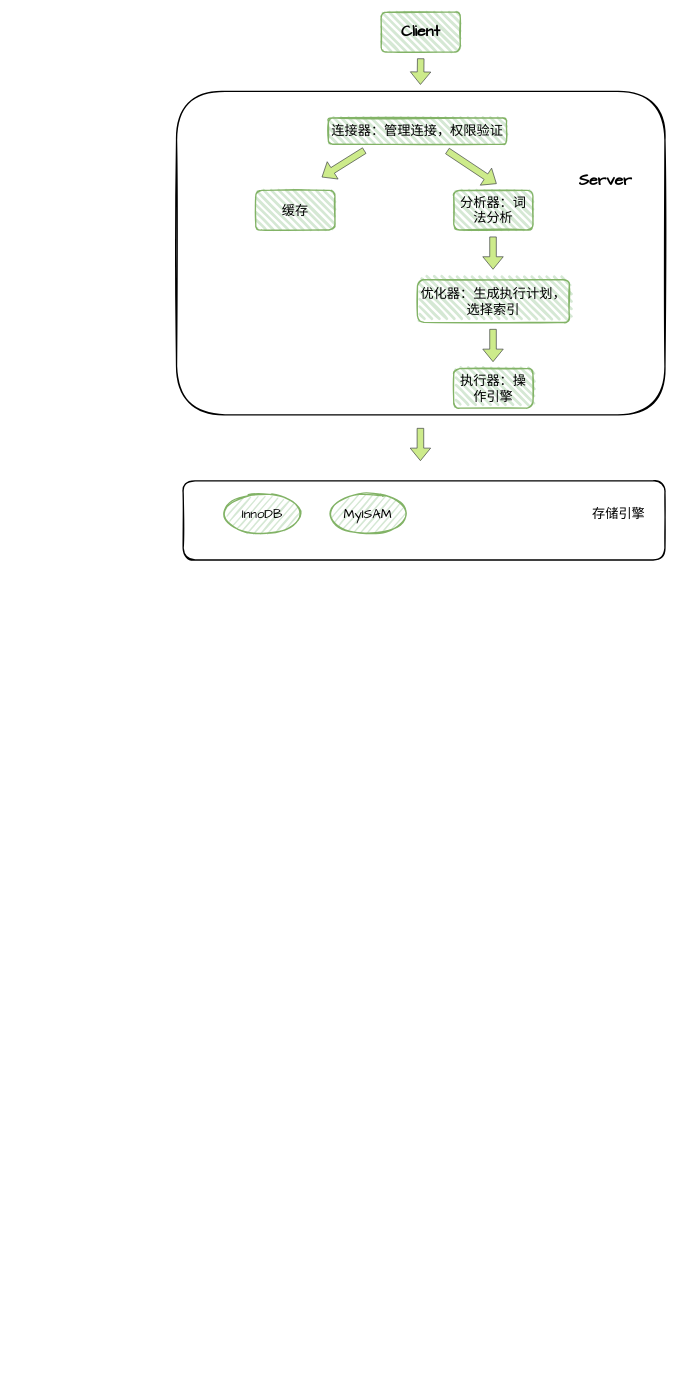
Earlier version of the draw.io diagram 未命名绘图.drawio (Nortyr/monk_note). Source tidied: cells renumbered, new cells numbered last; positions are measured from the earlier drawing's top-left corner, leaving out a move shared by most shapes. Both pictures are drawn from the tidied source at 66%, with x=0, y=0 at pixel (176, 12).
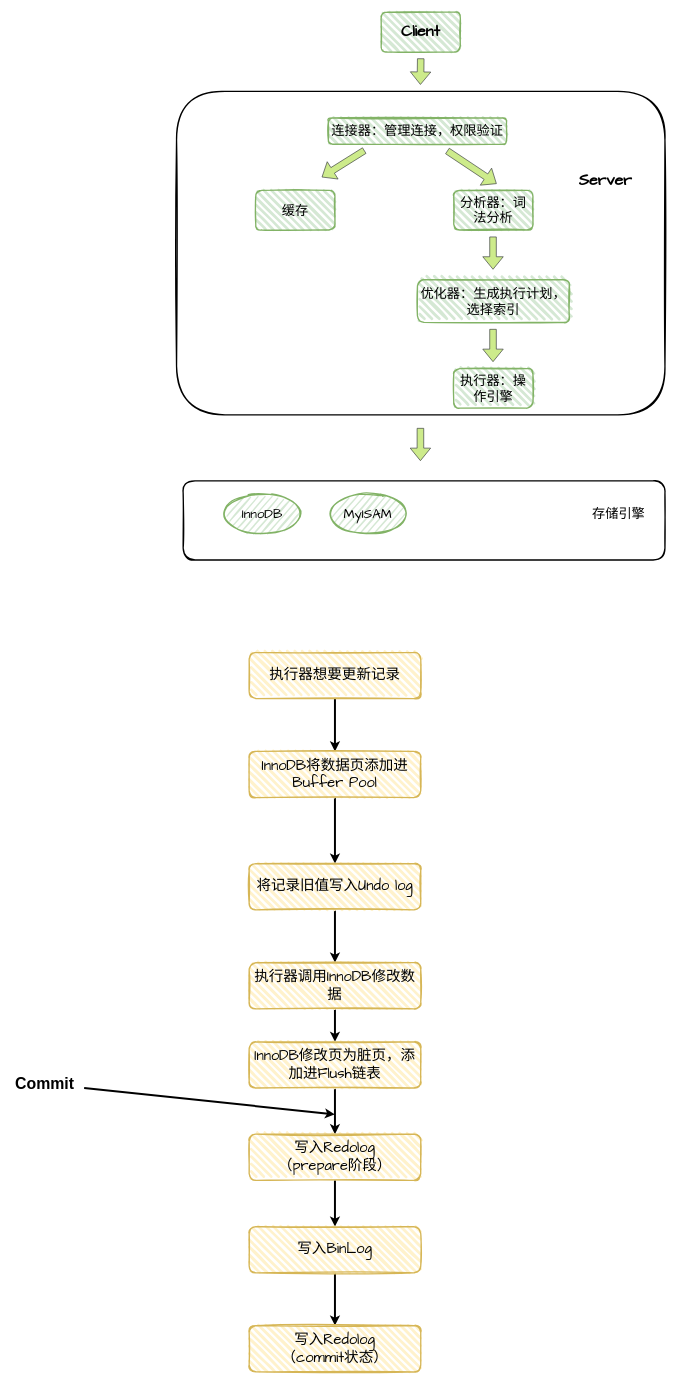
Above is the later version.

Commit message:
更新未命名绘图.drawio

What changed in the source:
```diff
@@
+    <mxCell id="20" style="edgeStyle=orthogonalEdgeStyle;rounded=0;jettySize=auto;html=1;exitX=0.5;exitY=1;exitDx=0;exitDy=0;entryX=0.5;entryY=0;entryDx=0;entryDy=0;strokeWidth=3;" parent="1" edge="1" source="21" target="23">
+      <mxGeometry relative="1" as="geometry" />
+    </mxCell>
+    <mxCell id="21" value="&lt;font style=&quot;font-size: 22px;&quot; face=&quot;Comic Sans MS&quot;&gt;执行器想要更新记录&lt;/font&gt;" style="rounded=1;whiteSpace=wrap;html=1;strokeWidth=2;fillWeight=4;hachureGap=8;hachureAngle=45;fillColor=#fff2cc;sketch=1;strokeColor=#d6b656;" parent="1" vertex="1">
+      <mxGeometry x="110" y="970" width="260" height="70" as="geometry" />
+    </mxCell>
+    <mxCell id="22" style="edgeStyle=orthogonalEdgeStyle;rounded=0;jettySize=auto;html=1;exitX=0.5;exitY=1;exitDx=0;exitDy=0;strokeWidth=3;" parent="1" edge="1" source="23" target="25">
+      <mxGeometry relative="1" as="geometry" />
+    </mxCell>
+    <mxCell id="23" value="&lt;font face=&quot;Comic Sans MS&quot;&gt;&lt;span style=&quot;font-size: 22px;&quot;&gt;InnoDB将数据页添加进Buffer Pool&lt;/span&gt;&lt;/font&gt;" style="rounded=1;whiteSpace=wrap;html=1;strokeWidth=2;fillWeight=4;hachureGap=8;hachureAngle=45;fillColor=#fff2cc;sketch=1;strokeColor=#d6b656;" parent="1" vertex="1">
+      <mxGeometry x="110" y="1120" width="260" height="70" as="geometry" />
+    </mxCell>
+    <mxCell id="24" style="edgeStyle=orthogonalEdgeStyle;rounded=0;jettySize=auto;html=1;exitX=0.5;exitY=1;exitDx=0;exitDy=0;strokeWidth=3;" parent="1" edge="1" source="25" target="27">
+      <mxGeometry relative="1" as="geometry" />
+    </mxCell>
+    <mxCell id="25" value="&lt;font face=&quot;Comic Sans MS&quot;&gt;&lt;span style=&quot;font-size: 22px;&quot;&gt;将记录旧值写入Undo log&lt;/span&gt;&lt;/font&gt;" style="rounded=1;whiteSpace=wrap;html=1;strokeWidth=2;fillWeight=4;hachureGap=8;hachureAngle=45;fillColor=#fff2cc;sketch=1;strokeColor=#d6b656;" parent="1" vertex="1">
+      <mxGeometry x="110" y="1290" width="260" height="70" as="geometry" />
+    </mxCell>
+    <mxCell id="26" style="edgeStyle=orthogonalEdgeStyle;rounded=0;jettySize=auto;html=1;exitX=0.5;exitY=1;exitDx=0;exitDy=0;strokeWidth=3;" parent="1" edge="1" source="27" target="29">
+      <mxGeometry relative="1" as="geometry" />
+    </mxCell>
+    <mxCell id="27" value="&lt;font face=&quot;Comic Sans MS&quot;&gt;&lt;span style=&quot;font-size: 22px;&quot;&gt;执行器调用InnoDB修改数据&lt;/span&gt;&lt;/font&gt;" style="rounded=1;whiteSpace=wrap;html=1;strokeWidth=2;fillWeight=4;hachureGap=8;hachureAngle=45;fillColor=#fff2cc;sketch=1;strokeColor=#d6b656;" parent="1" vertex="1">
+      <mxGeometry x="110" y="1440" width="260" height="70" as="geometry" />
+    </mxCell>
+    <mxCell id="28" style="edgeStyle=orthogonalEdgeStyle;rounded=0;jettySize=auto;html=1;exitX=0.5;exitY=1;exitDx=0;exitDy=0;strokeWidth=3;" parent="1" edge="1" source="29" target="31">
+      <mxGeometry relative="1" as="geometry" />
+    </mxCell>
+    <mxCell id="29" value="&lt;font face=&quot;Comic Sans MS&quot;&gt;&lt;span style=&quot;font-size: 22px;&quot;&gt;InnoDB修改页为脏页，添加进Flush链表&lt;/span&gt;&lt;/font&gt;" style="rounded=1;whiteSpace=wrap;html=1;strokeWidth=2;fillWeight=4;hachureGap=8;hachureAngle=45;fillColor=#fff2cc;sketch=1;strokeColor=#d6b656;" parent="1" vertex="1">
+      <mxGeometry x="110" y="1560" width="260" height="70" as="geometry" />
+    </mxCell>
+    <mxCell id="30" style="edgeStyle=orthogonalEdgeStyle;rounded=0;jettySize=auto;html=1;exitX=0.5;exitY=1;exitDx=0;exitDy=0;strokeWidth=3;" parent="1" edge="1" source="31" target="33">
+      <mxGeometry relative="1" as="geometry" />
+    </mxCell>
+    <mxCell id="31" value="&lt;font face=&quot;Comic Sans MS&quot;&gt;&lt;span style=&quot;font-size: 22px;&quot;&gt;写入Redolog&lt;br&gt;（prepare阶段）&lt;/span&gt;&lt;/font&gt;" style="rounded=1;whiteSpace=wrap;html=1;strokeWidth=2;fillWeight=4;hachureGap=8;hachureAngle=45;fillColor=#fff2cc;sketch=1;strokeColor=#d6b656;" parent="1" vertex="1">
+      <mxGeometry x="110" y="1700" width="260" height="70" as="geometry" />
+    </mxCell>
+    <mxCell id="32" style="edgeStyle=orthogonalEdgeStyle;rounded=0;jettySize=auto;html=1;exitX=0.5;exitY=1;exitDx=0;exitDy=0;strokeWidth=3;" parent="1" edge="1" source="33">
+      <mxGeometry relative="1" as="geometry">
+        <mxPoint x="240" y="1990" as="targetPoint" />
+      </mxGeometry>
+    </mxCell>
+    <mxCell id="33" value="&lt;font face=&quot;Comic Sans MS&quot;&gt;&lt;span style=&quot;font-size: 22px;&quot;&gt;写入BinLog&lt;/span&gt;&lt;/font&gt;" style="rounded=1;whiteSpace=wrap;html=1;strokeWidth=2;fillWeight=4;hachureGap=8;hachureAngle=45;fillColor=#fff2cc;sketch=1;strokeColor=#d6b656;" parent="1" vertex="1">
+      <mxGeometry x="110" y="1840" width="260" height="70" as="geometry" />
+    </mxCell>
+    <mxCell id="34" value="&lt;font face=&quot;Comic Sans MS&quot;&gt;&lt;span style=&quot;font-size: 22px;&quot;&gt;写入Redolog&lt;br&gt;（commit状态）&lt;br&gt;&lt;/span&gt;&lt;/font&gt;" style="rounded=1;whiteSpace=wrap;html=1;strokeWidth=2;fillWeight=4;hachureGap=8;hachureAngle=45;fillColor=#fff2cc;sketch=1;strokeColor=#d6b656;" parent="1" vertex="1">
+      <mxGeometry x="110" y="1990" width="260" height="70" as="geometry" />
+    </mxCell>
+    <mxCell id="35" style="endArrow=classic;html=1;rounded=0;strokeWidth=3;" parent="1" edge="1">
+      <mxGeometry relative="1" as="geometry">
+        <mxPoint x="-140" y="1630" as="sourcePoint" />
+        <mxPoint x="240" y="1670" as="targetPoint" />
+      </mxGeometry>
+    </mxCell>
+    <mxCell id="36" value="Commit" style="text;strokeColor=none;fillColor=none;html=1;fontSize=24;fontStyle=1;verticalAlign=middle;align=center;" parent="1" vertex="1">
+      <mxGeometry x="-250" y="1604" width="100" height="40" as="geometry" />
+    </mxCell>
```
